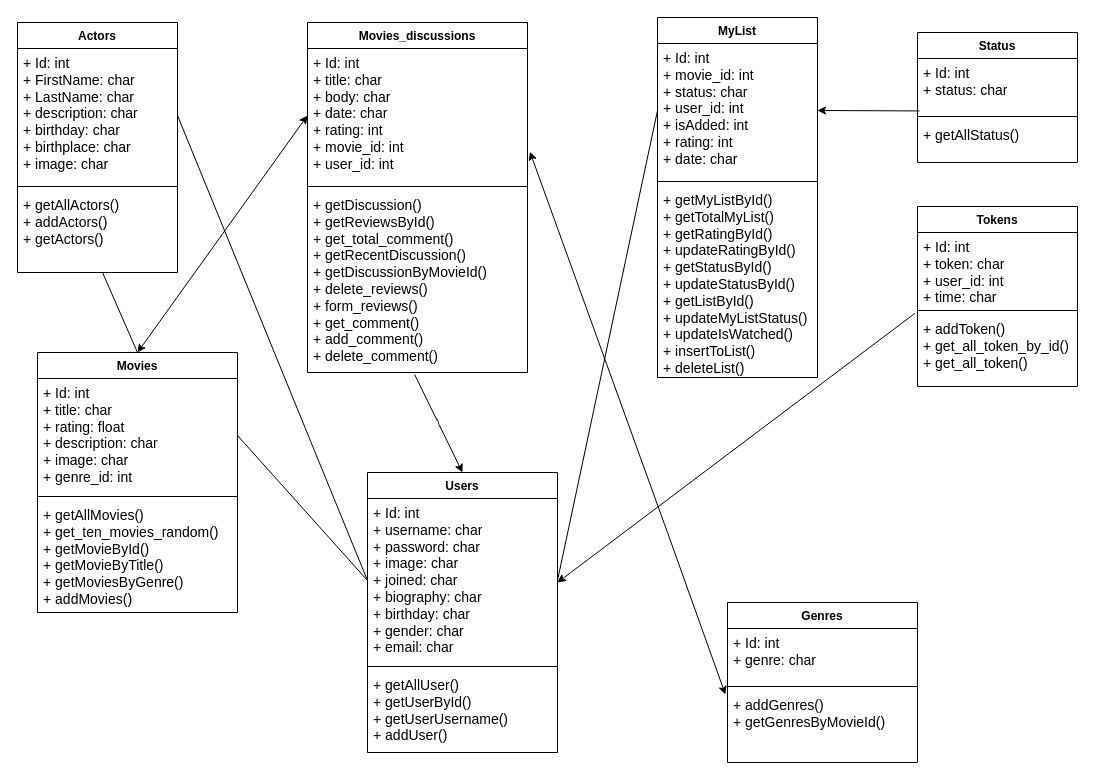
This is diagram/Class Diagram.drawio from randyisalive/MovieList-FinalProject, a draw.io file, before an edit. Source tidied: cells renumbered, new cells numbered last; positions are measured from the earlier drawing's top-left corner, leaving out a move shared by most shapes. Both pictures are drawn from the tidied source at 100%, with x=0, y=0 at pixel (17, 17).
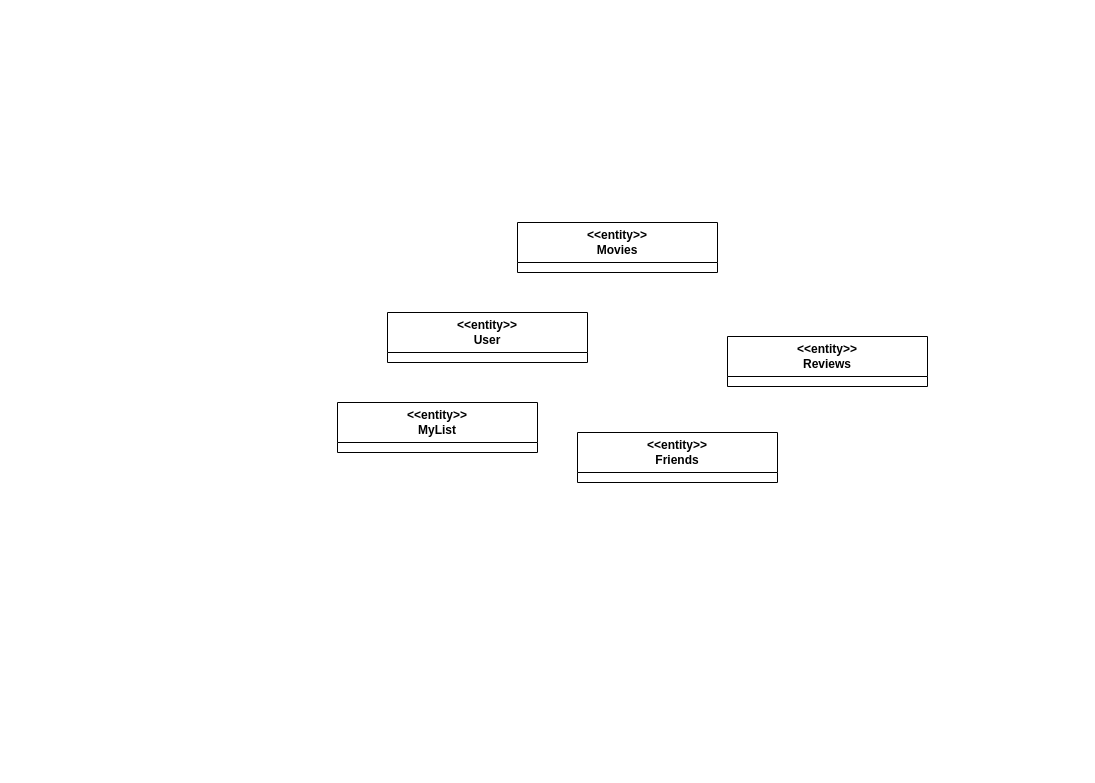
After the change.

What changed in the source:
```diff
@@
-    <mxCell id="2" value="Actors" style="swimlane;fontStyle=1;align=center;verticalAlign=top;horizontal=1;startSize=26;whiteSpace=wrap;html=1;" parent="1" vertex="1">
-      <mxGeometry y="5" width="160" height="250" as="geometry" />
-    </mxCell>
-    <mxCell id="3" value="&lt;font style=&quot;font-size: 14px;&quot;&gt;+ Id: int&lt;br&gt;+ FirstName: char&lt;br&gt;+ LastName: char&lt;br&gt;+ description: char&lt;br&gt;+ birthday: char&lt;br&gt;+ birthplace: char&lt;br&gt;+ image: char&lt;/font&gt;" style="text;strokeColor=none;fillColor=none;align=left;verticalAlign=top;spacingLeft=4;spacingRight=4;overflow=hidden;points=[[0,0.5],[1,0.5]];portConstraint=eastwest;whiteSpace=wrap;html=1;" parent="2" vertex="1">
-      <mxGeometry y="26" width="160" height="134" as="geometry" />
-    </mxCell>
-    <mxCell id="4" style="line;strokeWidth=1;fillColor=none;align=left;verticalAlign=middle;spacingTop=-1;spacingLeft=3;spacingRight=3;labelPosition=right;strokeColor=inherit;" parent="2" vertex="1">
-      <mxGeometry y="160" width="160" height="8" as="geometry" />
-    </mxCell>
-    <mxCell id="5" value="&lt;font style=&quot;font-size: 14px;&quot;&gt;+ getAllActors()&lt;br&gt;+ addActors()&lt;br&gt;+ getActors()&lt;br&gt;&lt;/font&gt;" style="text;strokeColor=none;fillColor=none;align=left;verticalAlign=top;spacingLeft=4;spacingRight=4;overflow=hidden;points=[[0,0.5],[1,0.5]];portConstraint=eastwest;whiteSpace=wrap;html=1;" parent="2" vertex="1">
-      <mxGeometry y="168" width="160" height="82" as="geometry" />
-    </mxCell>
-    <mxCell id="6" value="Movies_discussions" style="swimlane;fontStyle=1;align=center;verticalAlign=top;horizontal=1;startSize=26;whiteSpace=wrap;html=1;" parent="1" vertex="1">
-      <mxGeometry x="290" y="5" width="220" height="350" as="geometry" />
-    </mxCell>
-    <mxCell id="7" value="&lt;font style=&quot;font-size: 14px;&quot;&gt;+ Id: int&lt;br&gt;+ title: char&lt;br&gt;+ body: char&lt;br&gt;+ date: char&lt;br&gt;+ rating: int&lt;br&gt;+ movie_id: int&lt;br&gt;+ user_id: int&lt;br&gt;&lt;/font&gt;" style="text;strokeColor=none;fillColor=none;align=left;verticalAlign=top;spacingLeft=4;spacingRight=4;overflow=hidden;points=[[0,0.5],[1,0.5]];portConstraint=eastwest;whiteSpace=wrap;html=1;" parent="6" vertex="1">
-      <mxGeometry y="26" width="220" height="134" as="geometry" />
-    </mxCell>
-    <mxCell id="8" style="line;strokeWidth=1;fillColor=none;align=left;verticalAlign=middle;spacingTop=-1;spacingLeft=3;spacingRight=3;labelPosition=right;strokeColor=inherit;" parent="6" vertex="1">
-      <mxGeometry y="160" width="220" height="8" as="geometry" />
-    </mxCell>
-    <mxCell id="9" value="&lt;font style=&quot;font-size: 14px;&quot;&gt;+ getDiscussion()&lt;br&gt;+ getReviewsById()&lt;br&gt;+ get_total_comment()&lt;br&gt;+ getRecentDiscussion()&lt;br&gt;+ getDiscussionByMovieId()&lt;br&gt;+ delete_reviews()&lt;br&gt;+ form_reviews()&lt;br&gt;+ get_comment()&lt;br&gt;+ add_comment()&lt;br&gt;+ delete_comment()&lt;br&gt;&lt;/font&gt;" style="text;strokeColor=none;fillColor=none;align=left;verticalAlign=top;spacingLeft=4;spacingRight=4;overflow=hidden;points=[[0,0.5],[1,0.5]];portConstraint=eastwest;whiteSpace=wrap;html=1;" parent="6" vertex="1">
-      <mxGeometry y="168" width="220" height="182" as="geometry" />
-    </mxCell>
-    <mxCell id="10" value="Movies" style="swimlane;fontStyle=1;align=center;verticalAlign=top;horizontal=1;startSize=26;whiteSpace=wrap;html=1;" parent="1" vertex="1">
-      <mxGeometry x="20" y="335" width="200" height="260" as="geometry" />
-    </mxCell>
-    <mxCell id="11" value="&lt;font style=&quot;font-size: 14px;&quot;&gt;+ Id: int&lt;br&gt;+ title: char&lt;br&gt;+ rating: float&lt;br&gt;+ description: char&lt;br&gt;+ image: char&lt;br&gt;+ genre_id: int&lt;br&gt;&lt;/font&gt;" style="text;strokeColor=none;fillColor=none;align=left;verticalAlign=top;spacingLeft=4;spacingRight=4;overflow=hidden;points=[[0,0.5],[1,0.5]];portConstraint=eastwest;whiteSpace=wrap;html=1;" parent="10" vertex="1">
-      <mxGeometry y="26" width="200" height="114" as="geometry" />
-    </mxCell>
-    <mxCell id="12" style="line;strokeWidth=1;fillColor=none;align=left;verticalAlign=middle;spacingTop=-1;spacingLeft=3;spacingRight=3;labelPosition=right;strokeColor=inherit;" parent="10" vertex="1">
-      <mxGeometry y="140" width="200" height="8" as="geometry" />
-    </mxCell>
-    <mxCell id="13" value="&lt;font style=&quot;font-size: 14px;&quot;&gt;+ getAllMovies()&lt;br&gt;+ get_ten_movies_random()&lt;br&gt;+ getMovieById()&lt;br&gt;+ getMovieByTitle()&lt;br&gt;+ getMoviesByGenre()&lt;br&gt;+ addMovies()&lt;br&gt;&lt;/font&gt;" style="text;strokeColor=none;fillColor=none;align=left;verticalAlign=top;spacingLeft=4;spacingRight=4;overflow=hidden;whiteSpace=wrap;html=1;" parent="10" vertex="1">
-      <mxGeometry y="148" width="200" height="112" as="geometry" />
-    </mxCell>
-    <mxCell id="14" value="MyList" style="swimlane;fontStyle=1;align=center;verticalAlign=top;horizontal=1;startSize=26;whiteSpace=wrap;html=1;" parent="1" vertex="1">
-      <mxGeometry x="640" width="160" height="360" as="geometry" />
-    </mxCell>
-    <mxCell id="15" value="&lt;font style=&quot;font-size: 14px;&quot;&gt;+ Id: int&lt;br&gt;+ movie_id: int&lt;br&gt;+ status: char&lt;br&gt;+ user_id: int&lt;br&gt;+ isAdded: int&lt;br&gt;+ rating: int&lt;br&gt;+ date: char&lt;br&gt;&lt;/font&gt;" style="text;strokeColor=none;fillColor=none;align=left;verticalAlign=top;spacingLeft=4;spacingRight=4;overflow=hidden;points=[[0,0.5],[1,0.5]];portConstraint=eastwest;whiteSpace=wrap;html=1;" parent="14" vertex="1">
-      <mxGeometry y="26" width="160" height="134" as="geometry" />
-    </mxCell>
-    <mxCell id="16" style="line;strokeWidth=1;fillColor=none;align=left;verticalAlign=middle;spacingTop=-1;spacingLeft=3;spacingRight=3;labelPosition=right;strokeColor=inherit;" parent="14" vertex="1">
-      <mxGeometry y="160" width="160" height="8" as="geometry" />
-    </mxCell>
-    <mxCell id="17" value="&lt;font style=&quot;font-size: 14px;&quot;&gt;+ getMyListById()&lt;br&gt;+ getTotalMyList()&lt;br&gt;+ getRatingById()&lt;br&gt;+ updateRatingById()&lt;br&gt;+ getStatusById()&lt;br&gt;+ updateStatusById()&lt;br&gt;+ getListById()&lt;br&gt;+ updateMyListStatus()&lt;br&gt;+ updateIsWatched()&lt;br&gt;+ insertToList()&lt;br&gt;+ deleteList()&lt;br&gt;&lt;/font&gt;" style="text;strokeColor=none;fillColor=none;align=left;verticalAlign=top;spacingLeft=4;spacingRight=4;overflow=hidden;whiteSpace=wrap;html=1;" parent="14" vertex="1">
-      <mxGeometry y="168" width="160" height="192" as="geometry" />
-    </mxCell>
-    <mxCell id="18" value="Status" style="swimlane;fontStyle=1;align=center;verticalAlign=top;horizontal=1;startSize=26;whiteSpace=wrap;html=1;" parent="1" vertex="1">
-      <mxGeometry x="900" y="15" width="160" height="130" as="geometry" />
-    </mxCell>
-    <mxCell id="19" value="&lt;font style=&quot;font-size: 14px;&quot;&gt;+ Id: int&lt;br&gt;+ status: char&lt;br&gt;&lt;/font&gt;" style="text;strokeColor=none;fillColor=none;align=left;verticalAlign=top;spacingLeft=4;spacingRight=4;overflow=hidden;points=[[0,0.5],[1,0.5]];portConstraint=eastwest;whiteSpace=wrap;html=1;" parent="18" vertex="1">
-      <mxGeometry y="26" width="160" height="54" as="geometry" />
-    </mxCell>
-    <mxCell id="20" style="line;strokeWidth=1;fillColor=none;align=left;verticalAlign=middle;spacingTop=-1;spacingLeft=3;spacingRight=3;labelPosition=right;strokeColor=inherit;" parent="18" vertex="1">
-      <mxGeometry y="80" width="160" height="8" as="geometry" />
-    </mxCell>
-    <mxCell id="21" value="&lt;font style=&quot;font-size: 14px;&quot;&gt;+ getAllStatus()&lt;br&gt;&lt;/font&gt;" style="text;strokeColor=none;fillColor=none;align=left;verticalAlign=top;spacingLeft=4;spacingRight=4;overflow=hidden;whiteSpace=wrap;html=1;" parent="18" vertex="1">
-      <mxGeometry y="88" width="160" height="42" as="geometry" />
-    </mxCell>
-    <mxCell id="22" value="Tokens" style="swimlane;fontStyle=1;align=center;verticalAlign=top;horizontal=1;startSize=26;whiteSpace=wrap;html=1;" parent="1" vertex="1">
-      <mxGeometry x="900" y="189" width="160" height="180" as="geometry" />
-    </mxCell>
-    <mxCell id="23" value="&lt;font style=&quot;font-size: 14px;&quot;&gt;+ Id: int&lt;br&gt;+ token: char&lt;br&gt;+ user_id: int&lt;br&gt;+ time: char&lt;br&gt;&lt;/font&gt;" style="text;strokeColor=none;fillColor=none;align=left;verticalAlign=top;spacingLeft=4;spacingRight=4;overflow=hidden;whiteSpace=wrap;html=1;" parent="22" vertex="1">
-      <mxGeometry y="26" width="160" height="74" as="geometry" />
-    </mxCell>
-    <mxCell id="24" style="line;strokeWidth=1;fillColor=none;align=left;verticalAlign=middle;spacingTop=-1;spacingLeft=3;spacingRight=3;labelPosition=right;strokeColor=inherit;" parent="22" vertex="1">
-      <mxGeometry y="100" width="160" height="8" as="geometry" />
-    </mxCell>
-    <mxCell id="25" value="&lt;font style=&quot;font-size: 14px;&quot;&gt;+ addToken()&lt;br&gt;+ get_all_token_by_id()&lt;br&gt;+ get_all_token()&lt;br&gt;&lt;/font&gt;" style="text;strokeColor=none;fillColor=none;align=left;verticalAlign=top;spacingLeft=4;spacingRight=4;overflow=hidden;points=[[0,0.5],[1,0.5]];portConstraint=eastwest;whiteSpace=wrap;html=1;" parent="22" vertex="1">
-      <mxGeometry y="108" width="160" height="72" as="geometry" />
-    </mxCell>
-    <mxCell id="26" value="Genres" style="swimlane;fontStyle=1;align=center;verticalAlign=top;horizontal=1;startSize=26;whiteSpace=wrap;html=1;" parent="1" vertex="1">
-      <mxGeometry x="710" y="585" width="190" height="160" as="geometry" />
-    </mxCell>
-    <mxCell id="27" value="&lt;font style=&quot;font-size: 14px;&quot;&gt;+ Id: int&lt;br&gt;+ genre: char&lt;br&gt;&lt;/font&gt;" style="text;strokeColor=none;fillColor=none;align=left;verticalAlign=top;spacingLeft=4;spacingRight=4;overflow=hidden;whiteSpace=wrap;html=1;" parent="26" vertex="1">
-      <mxGeometry y="26" width="190" height="54" as="geometry" />
-    </mxCell>
-    <mxCell id="28" style="line;strokeWidth=1;fillColor=none;align=left;verticalAlign=middle;spacingTop=-1;spacingLeft=3;spacingRight=3;labelPosition=right;strokeColor=inherit;" parent="26" vertex="1">
-      <mxGeometry y="80" width="190" height="8" as="geometry" />
-    </mxCell>
-    <mxCell id="29" value="&lt;font style=&quot;font-size: 14px;&quot;&gt;+ addGenres()&lt;br&gt;+ getGenresByMovieId()&lt;br&gt;&lt;/font&gt;" style="text;strokeColor=none;fillColor=none;align=left;verticalAlign=top;spacingLeft=4;spacingRight=4;overflow=hidden;points=[[0,0.5],[1,0.5]];portConstraint=eastwest;whiteSpace=wrap;html=1;" parent="26" vertex="1">
-      <mxGeometry y="88" width="190" height="72" as="geometry" />
-    </mxCell>
-    <mxCell id="30" value="Users" style="swimlane;fontStyle=1;align=center;verticalAlign=top;horizontal=1;startSize=26;whiteSpace=wrap;html=1;" parent="1" vertex="1">
-      <mxGeometry x="350" y="455" width="190" height="280" as="geometry" />
-    </mxCell>
-    <mxCell id="31" value="&lt;font style=&quot;font-size: 14px;&quot;&gt;+ Id: int&lt;br&gt;+ username: char&lt;br&gt;+ password: char&lt;br&gt;+ image: char&lt;br&gt;+ joined: char&lt;br&gt;+ biography: char&lt;br&gt;+ birthday: char&lt;br&gt;+ gender: char&lt;br&gt;+ email: char&lt;br&gt;&lt;/font&gt;" style="text;strokeColor=none;fillColor=none;align=left;verticalAlign=top;spacingLeft=4;spacingRight=4;overflow=hidden;points=[[0,0.5],[1,0.5]];portConstraint=eastwest;whiteSpace=wrap;html=1;" parent="30" vertex="1">
-      <mxGeometry y="26" width="190" height="164" as="geometry" />
-    </mxCell>
-    <mxCell id="32" style="line;strokeWidth=1;fillColor=none;align=left;verticalAlign=middle;spacingTop=-1;spacingLeft=3;spacingRight=3;labelPosition=right;strokeColor=inherit;" parent="30" vertex="1">
-      <mxGeometry y="190" width="190" height="8" as="geometry" />
-    </mxCell>
-    <mxCell id="33" value="&lt;font style=&quot;font-size: 14px;&quot;&gt;+ getAllUser()&lt;br&gt;+ getUserById()&lt;br&gt;+ getUserUsername()&lt;br&gt;+ addUser()&lt;br&gt;&lt;/font&gt;" style="text;strokeColor=none;fillColor=none;align=left;verticalAlign=top;spacingLeft=4;spacingRight=4;overflow=hidden;whiteSpace=wrap;html=1;" parent="30" vertex="1">
-      <mxGeometry y="198" width="190" height="82" as="geometry" />
-    </mxCell>
-    <mxCell id="34" style="endArrow=none;html=1;rounded=0;entryX=0;entryY=0.5;entryDx=0;entryDy=0;exitX=1;exitY=0.5;exitDx=0;exitDy=0;" parent="1" edge="1" source="11" target="31">
-      <mxGeometry relative="1" as="geometry" />
-    </mxCell>
-    <mxCell id="35" style="endArrow=none;html=1;rounded=0;exitX=0.5;exitY=0;exitDx=0;exitDy=0;entryX=0.53;entryY=0.994;entryDx=0;entryDy=0;entryPerimeter=0;" parent="1" edge="1" source="10" target="5">
-      <mxGeometry relative="1" as="geometry" />
-    </mxCell>
-    <mxCell id="36" style="endArrow=none;html=1;rounded=0;entryX=1;entryY=0.5;entryDx=0;entryDy=0;exitX=0;exitY=0.5;exitDx=0;exitDy=0;" parent="1" edge="1" source="31" target="3">
-      <mxGeometry relative="1" as="geometry" />
-    </mxCell>
-    <mxCell id="37" style="endArrow=none;html=1;rounded=0;entryX=0;entryY=0.5;entryDx=0;entryDy=0;exitX=1;exitY=0.5;exitDx=0;exitDy=0;" parent="1" edge="1" source="31" target="15">
-      <mxGeometry relative="1" as="geometry" />
-    </mxCell>
-    <mxCell id="38" value="\" style="endArrow=classic;html=1;rounded=0;entryX=0.5;entryY=0;entryDx=0;entryDy=0;exitX=0.487;exitY=1.011;exitDx=0;exitDy=0;exitPerimeter=0;" parent="1" edge="1" source="9" target="30">
-      <mxGeometry relative="1" as="geometry" />
-    </mxCell>
-    <mxCell id="39" style="endArrow=classic;startArrow=classic;html=1;rounded=0;exitX=1.011;exitY=0.771;exitDx=0;exitDy=0;exitPerimeter=0;entryX=-0.011;entryY=0.056;entryDx=0;entryDy=0;entryPerimeter=0;" parent="1" edge="1" source="7" target="29">
-      <mxGeometry relative="1" as="geometry">
-        <Array as="points">
-          <mxPoint x="650" y="515" />
-        </Array>
-      </mxGeometry>
-    </mxCell>
-    <mxCell id="40" style="endArrow=classic;html=1;rounded=0;entryX=1;entryY=0.5;entryDx=0;entryDy=0;exitX=0.013;exitY=0.971;exitDx=0;exitDy=0;exitPerimeter=0;" parent="1" edge="1" source="19" target="15">
-      <mxGeometry relative="1" as="geometry" />
-    </mxCell>
-    <mxCell id="41" style="endArrow=classic;html=1;rounded=0;exitX=-0.016;exitY=-0.016;exitDx=0;exitDy=0;exitPerimeter=0;" parent="1" edge="1" source="25">
-      <mxGeometry relative="1" as="geometry">
-        <mxPoint x="540" y="565" as="targetPoint" />
-      </mxGeometry>
-    </mxCell>
-    <mxCell id="42" style="endArrow=classic;startArrow=classic;html=1;rounded=0;entryX=0;entryY=0.5;entryDx=0;entryDy=0;exitX=0.5;exitY=0;exitDx=0;exitDy=0;" parent="1" edge="1" source="10" target="7">
-      <mxGeometry relative="1" as="geometry" />
-    </mxCell>
+    <mxCell id="43" value="&amp;lt;&amp;lt;entity&amp;gt;&amp;gt;&lt;br&gt;Movies" style="swimlane;whiteSpace=wrap;html=1;startSize=40;" parent="1" vertex="1">
+      <mxGeometry x="500" y="205" width="200" height="50" as="geometry" />
+    </mxCell>
+    <mxCell id="44" value="&amp;lt;&amp;lt;entity&amp;gt;&amp;gt;&lt;br&gt;User" style="swimlane;whiteSpace=wrap;html=1;startSize=40;" parent="1" vertex="1">
+      <mxGeometry x="370" y="295" width="200" height="50" as="geometry" />
+    </mxCell>
+    <mxCell id="45" value="&amp;lt;&amp;lt;entity&amp;gt;&amp;gt;&lt;br&gt;Reviews" style="swimlane;whiteSpace=wrap;html=1;startSize=40;" parent="1" vertex="1">
+      <mxGeometry x="710" y="319" width="200" height="50" as="geometry" />
+    </mxCell>
+    <mxCell id="46" value="&amp;lt;&amp;lt;entity&amp;gt;&amp;gt;&lt;br&gt;MyList" style="swimlane;whiteSpace=wrap;html=1;startSize=40;" parent="1" vertex="1">
+      <mxGeometry x="320" y="385" width="200" height="50" as="geometry" />
+    </mxCell>
+    <mxCell id="47" value="&amp;lt;&amp;lt;entity&amp;gt;&amp;gt;&lt;br&gt;Friends" style="swimlane;whiteSpace=wrap;html=1;startSize=40;" parent="1" vertex="1">
+      <mxGeometry x="560" y="415" width="200" height="50" as="geometry" />
+    </mxCell>
```
